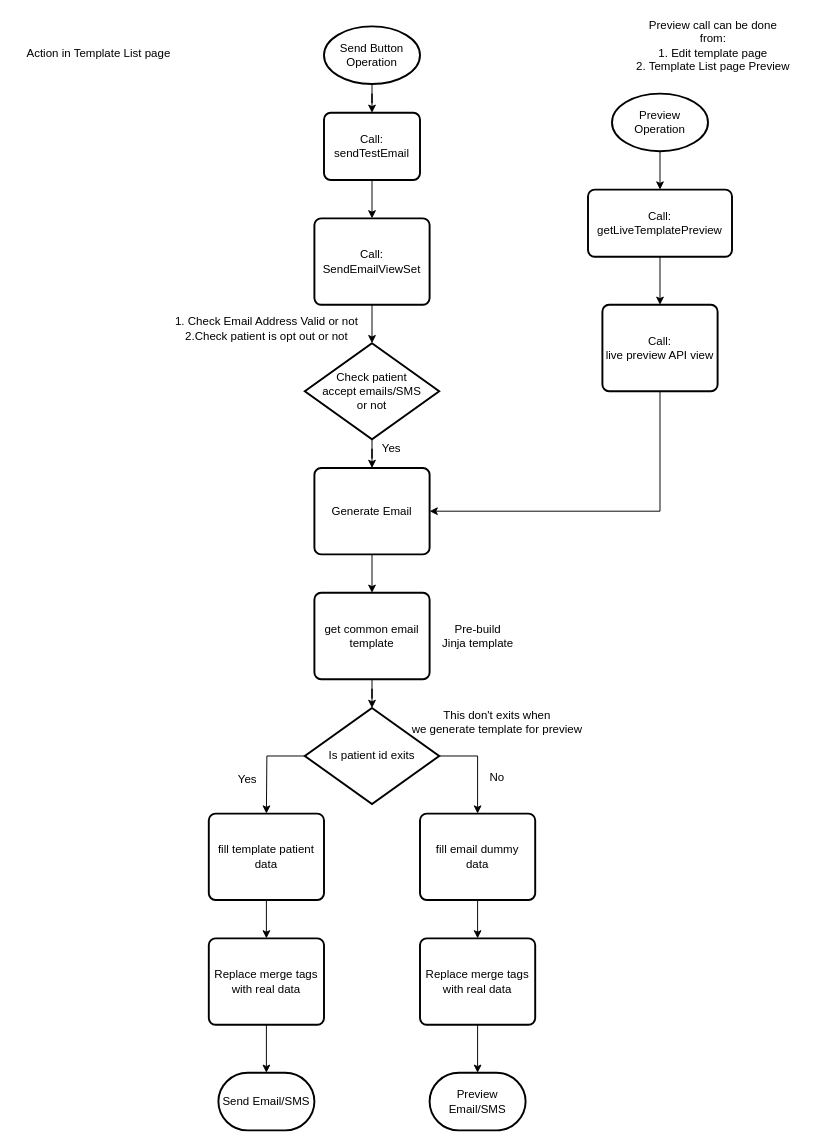
YakinRubaiat/yakinrubaiat.github.io4 keeps this draw.io diagram as page "Page-3" (3 of 5) of Untitled Diagram.drawio. Above is the earlier version. Source tidied: cells renumbered, new cells numbered last; positions are measured from the earlier drawing's top-left corner, leaving out a move shared by most shapes. Both pictures are drawn from the tidied source at 96%, with x=0, y=0 at pixel (16, 16).
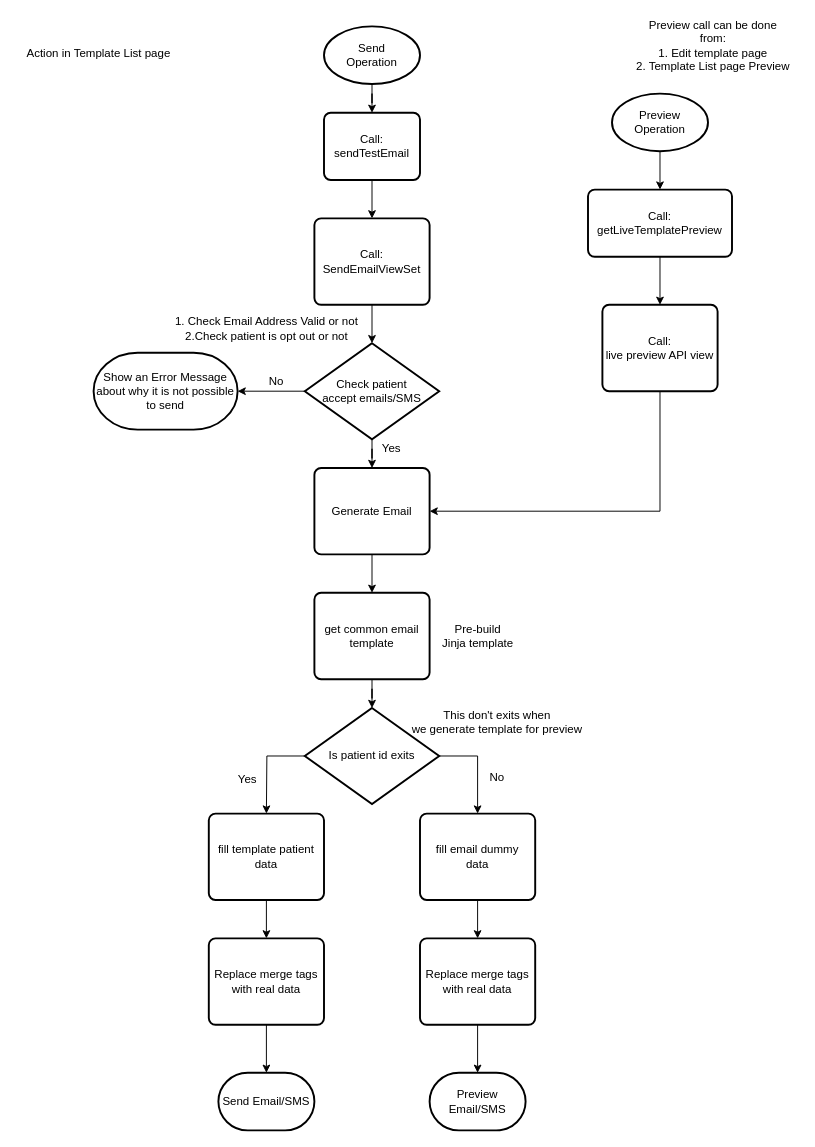
Above is the later version.

Change to the diagram source:
```diff
@@
-    <mxCell id="4" value="Send Button&lt;br&gt;Operation" style="strokeWidth=2;html=1;shape=mxgraph.flowchart.start_1;whiteSpace=wrap;" parent="1" vertex="1">
+    <mxCell id="4" value="Send &lt;br&gt;Operation" style="strokeWidth=2;html=1;shape=mxgraph.flowchart.start_1;whiteSpace=wrap;" parent="1" vertex="1">
       <mxGeometry x="320" y="10" width="100" height="60" as="geometry" />
     </mxCell>
@@
+    <mxCell id="41" style="edgeStyle=orthogonalEdgeStyle;rounded=0;jettySize=auto;html=1;" parent="1" edge="1" source="10" target="42">
+      <mxGeometry relative="1" as="geometry" />
+    </mxCell>
-    <mxCell id="10" value="Check patient &lt;br&gt;accept emails/SMS&lt;br&gt;or not" style="strokeWidth=2;html=1;shape=mxgraph.flowchart.decision;whiteSpace=wrap;" parent="1" vertex="1">
+    <mxCell id="10" value="Check patient &lt;br&gt;accept emails/SMS&lt;br&gt;" style="strokeWidth=2;html=1;shape=mxgraph.flowchart.decision;whiteSpace=wrap;" parent="1" vertex="1">
       <mxGeometry x="300" y="340" width="140" height="100" as="geometry" />
     </mxCell>
@@
+    <mxCell id="42" value="Show an Error Message about why it is not possible to send " style="strokeWidth=2;html=1;shape=mxgraph.flowchart.terminator;whiteSpace=wrap;" parent="1" vertex="1">
+      <mxGeometry x="80" y="350" width="150" height="80" as="geometry" />
+    </mxCell>
+    <mxCell id="43" value="No" style="text;html=1;align=center;verticalAlign=middle;" parent="1" vertex="1">
+      <mxGeometry x="255" y="370" width="30" height="20" as="geometry" />
+    </mxCell>
```
